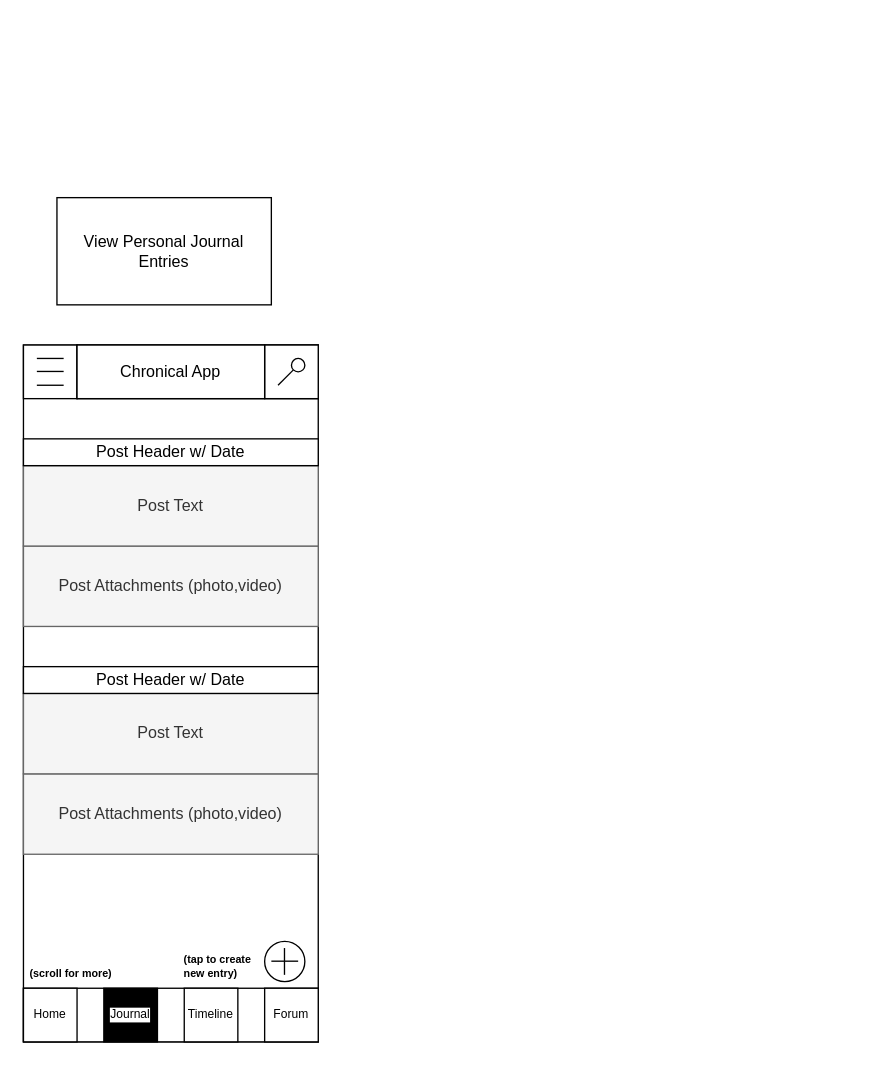
The draw.io diagram page "ViewJournal" (6 of 15) of Chronicle_Initial_App_Wireframe_Designs.drawio in Vaibhav-G-Parmar/Chronicle-Your-Ultimate-Travel-Companion, before the edit. Source tidied: cells renumbered, new cells numbered last; positions are measured from the earlier drawing's top-left corner, leaving out a move shared by most shapes. Both pictures are drawn from the tidied source at 134%, with x=0, y=0 at pixel (23, 197).
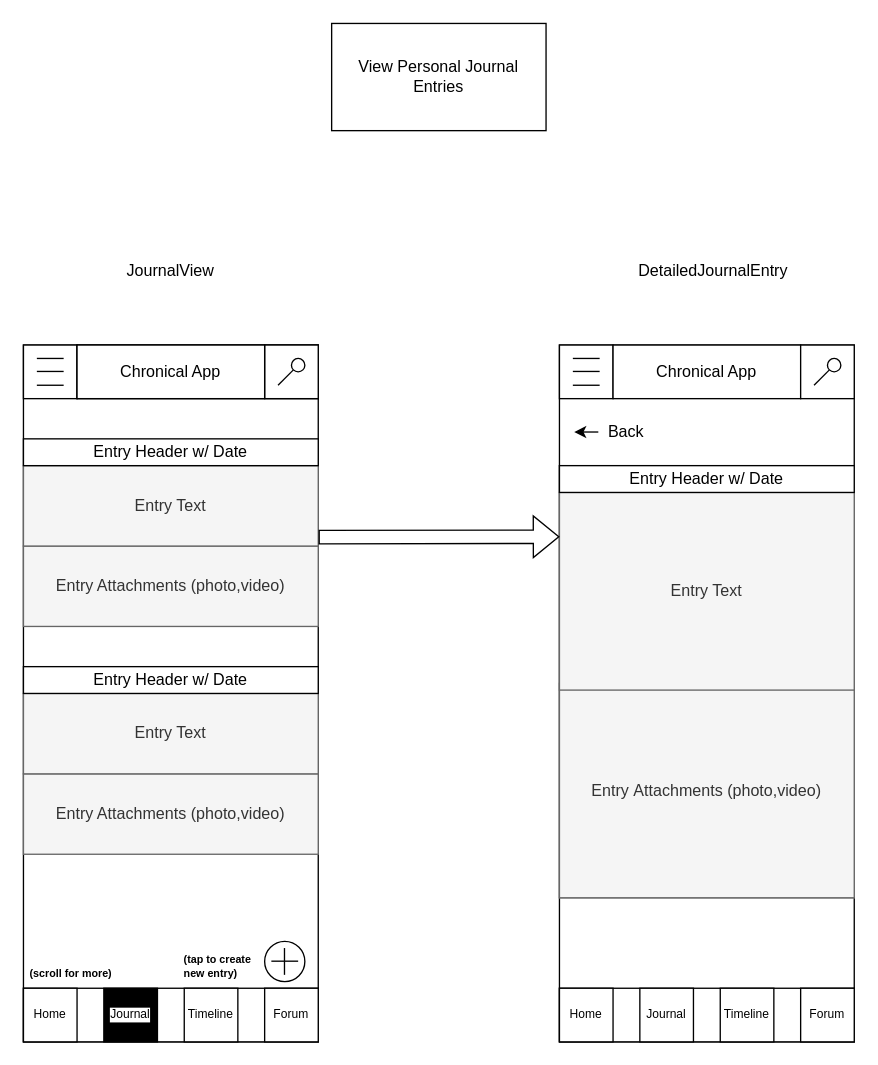
Above is the later version.

Diff of the diagram source:
```diff
@@
-    <mxCell id="16" value="Post Attachments (photo,video)" style="rounded=0;whiteSpace=wrap;html=1;fillColor=#f5f5f5;fontColor=#333333;strokeColor=#666666;" parent="1" vertex="1">
+    <mxCell id="16" value="Entry Attachments (photo,video)" style="rounded=0;whiteSpace=wrap;html=1;fillColor=#f5f5f5;fontColor=#333333;strokeColor=#666666;" parent="1" vertex="1">
       <mxGeometry y="260" width="220" height="60" as="geometry" />
     </mxCell>
-    <mxCell id="17" value="Post Text" style="rounded=0;whiteSpace=wrap;html=1;fillColor=#f5f5f5;fontColor=#333333;strokeColor=#666666;" parent="1" vertex="1">
+    <mxCell id="17" value="Entry Text" style="rounded=0;whiteSpace=wrap;html=1;fillColor=#f5f5f5;fontColor=#333333;strokeColor=#666666;" parent="1" vertex="1">
       <mxGeometry y="200" width="220" height="60" as="geometry" />
     </mxCell>
-    <mxCell id="18" value="Post Header w/ Date" style="rounded=0;whiteSpace=wrap;html=1;" parent="1" vertex="1">
+    <mxCell id="18" value="Entry Header w/ Date" style="rounded=0;whiteSpace=wrap;html=1;" parent="1" vertex="1">
       <mxGeometry y="180" width="220" height="20" as="geometry" />
     </mxCell>
-    <mxCell id="19" value="Post Attachments (photo,video)" style="rounded=0;whiteSpace=wrap;html=1;fillColor=#f5f5f5;fontColor=#333333;strokeColor=#666666;" parent="1" vertex="1">
+    <mxCell id="19" value="Entry Attachments (photo,video)" style="rounded=0;whiteSpace=wrap;html=1;fillColor=#f5f5f5;fontColor=#333333;strokeColor=#666666;" parent="1" vertex="1">
       <mxGeometry y="430" width="220" height="60" as="geometry" />
     </mxCell>
-    <mxCell id="20" value="Post Text" style="rounded=0;whiteSpace=wrap;html=1;fillColor=#f5f5f5;fontColor=#333333;strokeColor=#666666;" parent="1" vertex="1">
+    <mxCell id="20" value="Entry Text" style="rounded=0;whiteSpace=wrap;html=1;fillColor=#f5f5f5;fontColor=#333333;strokeColor=#666666;" parent="1" vertex="1">
       <mxGeometry y="370" width="220" height="60" as="geometry" />
     </mxCell>
-    <mxCell id="21" value="Post Header w/ Date" style="rounded=0;whiteSpace=wrap;html=1;" parent="1" vertex="1">
+    <mxCell id="21" value="Entry Header w/ Date" style="rounded=0;whiteSpace=wrap;html=1;" parent="1" vertex="1">
       <mxGeometry y="350" width="220" height="20" as="geometry" />
     </mxCell>
@@
     <mxCell id="27" value="View Personal Journal Entries" style="rounded=0;whiteSpace=wrap;html=1;" parent="1" vertex="1">
-      <mxGeometry x="25" width="160" height="80" as="geometry" />
+      <mxGeometry x="230" y="-130" width="160" height="80" as="geometry" />
     </mxCell>
@@
+    <mxCell id="29" style="rounded=0;whiteSpace=wrap;html=1;" parent="1" vertex="1">
+      <mxGeometry x="400" y="110" width="220" height="520" as="geometry" />
+    </mxCell>
+    <mxCell id="30" style="rounded=0;whiteSpace=wrap;html=1;" parent="1" vertex="1">
+      <mxGeometry x="400" y="590" width="220" height="40" as="geometry" />
+    </mxCell>
+    <mxCell id="31" value="Forum" style="rounded=0;whiteSpace=wrap;html=1;fontSize=9;" parent="1" vertex="1">
+      <mxGeometry x="580" y="590" width="40" height="40" as="geometry" />
+    </mxCell>
+    <mxCell id="32" value="Timeline" style="rounded=0;whiteSpace=wrap;html=1;fontSize=9;" parent="1" vertex="1">
+      <mxGeometry x="520" y="590" width="40" height="40" as="geometry" />
+    </mxCell>
+    <mxCell id="33" value="Journal" style="rounded=0;whiteSpace=wrap;html=1;fontSize=9;" parent="1" vertex="1">
+      <mxGeometry x="460" y="590" width="40" height="40" as="geometry" />
+    </mxCell>
+    <mxCell id="34" value="Home" style="rounded=0;whiteSpace=wrap;html=1;fontSize=9;fillColor=#FFFFFF;fontColor=#000000;" parent="1" vertex="1">
+      <mxGeometry x="400" y="590" width="40" height="40" as="geometry" />
+    </mxCell>
+    <mxCell id="35" style="rounded=0;whiteSpace=wrap;html=1;fontSize=9;" parent="1" vertex="1">
+      <mxGeometry x="400" y="110" width="40" height="40" as="geometry" />
+    </mxCell>
+    <mxCell id="36" style="endArrow=none;html=1;rounded=0;" parent="1" edge="1">
+      <mxGeometry relative="1" as="geometry">
+        <mxPoint x="410" y="140" as="sourcePoint" />
+        <mxPoint x="430" y="140" as="targetPoint" />
+      </mxGeometry>
+    </mxCell>
+    <mxCell id="37" style="endArrow=none;html=1;rounded=0;" parent="1" edge="1">
+      <mxGeometry relative="1" as="geometry">
+        <mxPoint x="410" y="129.7" as="sourcePoint" />
+        <mxPoint x="430" y="129.7" as="targetPoint" />
+      </mxGeometry>
+    </mxCell>
+    <mxCell id="38" style="endArrow=none;html=1;rounded=0;" parent="1" edge="1">
+      <mxGeometry relative="1" as="geometry">
+        <mxPoint x="410" y="120" as="sourcePoint" />
+        <mxPoint x="430" y="120" as="targetPoint" />
+      </mxGeometry>
+    </mxCell>
+    <mxCell id="39" value="Chronical App" style="rounded=0;whiteSpace=wrap;html=1;" parent="1" vertex="1">
+      <mxGeometry x="440" y="110" width="140" height="40" as="geometry" />
+    </mxCell>
+    <mxCell id="40" style="whiteSpace=wrap;html=1;" parent="1" vertex="1">
+      <mxGeometry x="580" y="110" width="40" height="40" as="geometry" />
+    </mxCell>
+    <mxCell id="41" style="endArrow=none;html=1;rounded=0;entryX=0;entryY=1;entryDx=0;entryDy=0;" parent="1" edge="1" target="42">
+      <mxGeometry relative="1" as="geometry">
+        <mxPoint x="590" y="140" as="sourcePoint" />
+      </mxGeometry>
+    </mxCell>
+    <mxCell id="42" style="ellipse;whiteSpace=wrap;html=1;" parent="1" vertex="1">
+      <mxGeometry x="600" y="120" width="10" height="10" as="geometry" />
+    </mxCell>
+    <mxCell id="43" style="rounded=0;whiteSpace=wrap;html=1;fillColor=#f5f5f5;fontColor=#333333;strokeColor=#666666;" parent="1" vertex="1">
+      <mxGeometry x="400" y="200" width="220" height="322.5" as="geometry" />
+    </mxCell>
+    <mxCell id="44" value="Entry&amp;nbsp;Attachments (photo,video)" style="rounded=0;whiteSpace=wrap;html=1;fillColor=#f5f5f5;fontColor=#333333;strokeColor=#666666;" parent="1" vertex="1">
+      <mxGeometry x="400" y="362.5" width="220" height="160" as="geometry" />
+    </mxCell>
+    <mxCell id="45" value="Entry Text" style="rounded=0;whiteSpace=wrap;html=1;fillColor=#f5f5f5;fontColor=#333333;strokeColor=#666666;" parent="1" vertex="1">
+      <mxGeometry x="400" y="220" width="220" height="147.5" as="geometry" />
+    </mxCell>
+    <mxCell id="46" value="Back" style="text;html=1;strokeColor=none;fillColor=none;align=center;verticalAlign=middle;whiteSpace=wrap;rounded=0;" parent="1" vertex="1">
+      <mxGeometry x="420" y="160" width="60" height="30" as="geometry" />
+    </mxCell>
+    <mxCell id="47" style="endArrow=classic;html=1;rounded=0;" parent="1" edge="1">
+      <mxGeometry relative="1" as="geometry">
+        <mxPoint x="429" y="174.9" as="sourcePoint" />
+        <mxPoint x="411" y="174.9" as="targetPoint" />
+      </mxGeometry>
+    </mxCell>
+    <mxCell id="48" value="Entry Header w/ Date" style="rounded=0;whiteSpace=wrap;html=1;" parent="1" vertex="1">
+      <mxGeometry x="400" y="200" width="220" height="20" as="geometry" />
+    </mxCell>
+    <mxCell id="49" style="shape=flexArrow;endArrow=classic;html=1;rounded=0;exitX=1.001;exitY=0.889;exitDx=0;exitDy=0;exitPerimeter=0;" parent="1" edge="1" source="17">
+      <mxGeometry relative="1" as="geometry">
+        <mxPoint x="400" y="253" as="targetPoint" />
+      </mxGeometry>
+    </mxCell>
+    <mxCell id="50" value="JournalView" style="text;html=1;strokeColor=none;fillColor=none;align=center;verticalAlign=middle;whiteSpace=wrap;rounded=0;" parent="1" vertex="1">
+      <mxGeometry x="80" y="40" width="60" height="30" as="geometry" />
+    </mxCell>
+    <mxCell id="51" value="DetailedJournalEntry" style="text;html=1;strokeColor=none;fillColor=none;align=center;verticalAlign=middle;whiteSpace=wrap;rounded=0;" parent="1" vertex="1">
+      <mxGeometry x="470" y="40" width="90" height="30" as="geometry" />
+    </mxCell>
```
